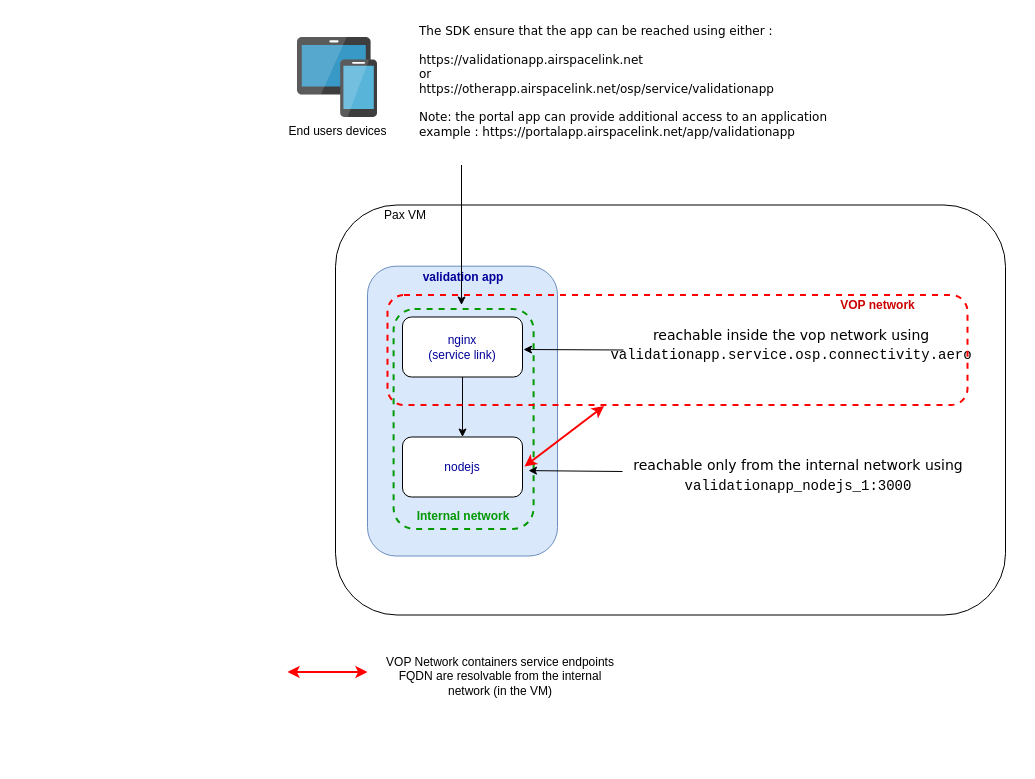
claytonbrown/aws-drawing keeps this draw.io diagram as SDK-Networking.drawio. Above is the earlier version. Source tidied: cells renumbered, new cells numbered last; positions are measured from the earlier drawing's top-left corner, leaving out a move shared by most shapes. Both pictures are drawn from the tidied source at 100%, with x=0, y=0 at pixel (287, 17).
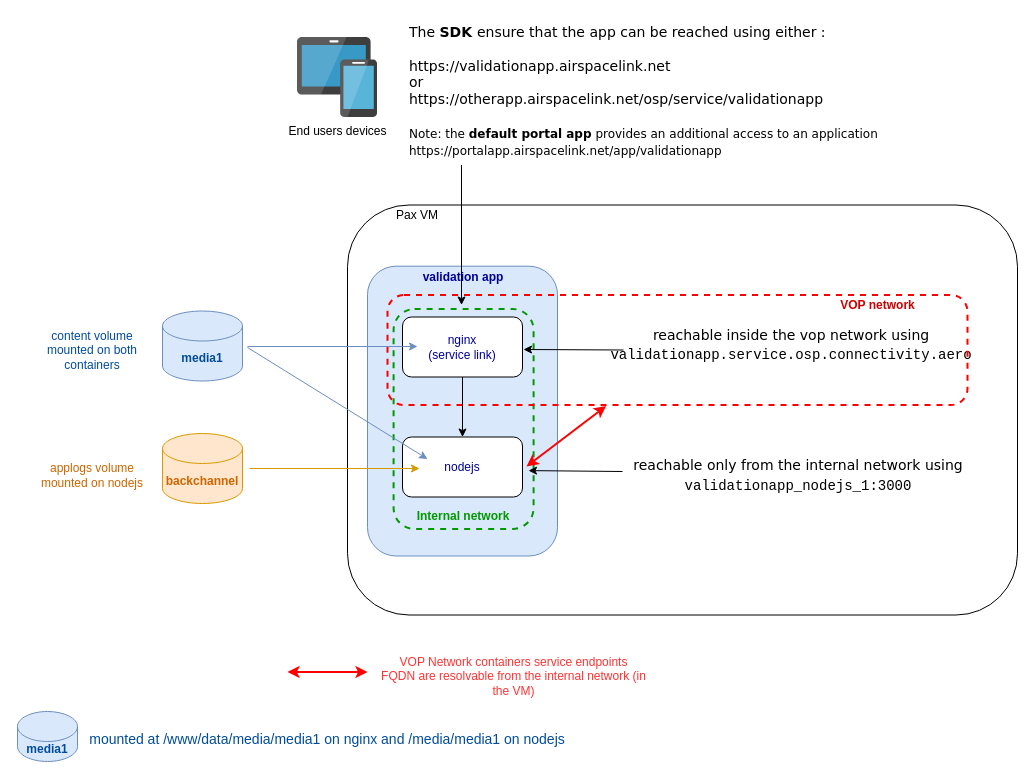
The same diagram, later.

What changed in the source:
```diff
@@
     <mxCell id="2" style="group;" parent="1" vertex="1">
-      <mxGeometry x="48" y="187.5" width="670" height="410" as="geometry" />
+      <mxGeometry x="60" y="187.5" width="670" height="410" as="geometry" />
     </mxCell>
@@
-    <mxCell id="23" value="&lt;font face=&quot;Verdana&quot;&gt;&lt;font color=&quot;#000000&quot;&gt;The SDK ensure that the app can be reached using either :&lt;br&gt;&lt;br&gt;https://validationapp.airspacelink.net&lt;br&gt;or&lt;/font&gt;&lt;span style=&quot;color: rgb(0 , 0 , 0)&quot;&gt;&lt;br&gt;https://otherapp.airspacelink.net/osp/service/validationapp&lt;br&gt;&lt;/span&gt;&lt;/font&gt;&lt;font color=&quot;#000000&quot;&gt;&lt;font face=&quot;Verdana&quot;&gt;&lt;br&gt;Note: the portal app can provide additional&amp;nbsp;access to an application&lt;br&gt;example : https://portalapp.airspacelink.net/app/validationapp&lt;/font&gt;&lt;br&gt;&lt;/font&gt;" style="text;html=1;strokeColor=none;fillColor=none;align=left;verticalAlign=top;whiteSpace=wrap;rounded=0;dashed=1;fontColor=#009900;" parent="1" vertex="1">
-      <mxGeometry x="130" width="470" height="85" as="geometry" />
+    <mxCell id="23" value="&lt;font face=&quot;Verdana&quot; style=&quot;font-size: 14px&quot;&gt;&lt;font color=&quot;#000000&quot; style=&quot;font-size: 14px&quot;&gt;The &lt;b&gt;SDK &lt;/b&gt;ensure that the app can be reached using either :&lt;br style=&quot;font-size: 14px&quot;&gt;&lt;br style=&quot;font-size: 14px&quot;&gt;https://validationapp.airspacelink.net&lt;br style=&quot;font-size: 14px&quot;&gt;or&lt;/font&gt;&lt;span style=&quot;color: rgb(0 , 0 , 0) ; font-size: 14px&quot;&gt;&lt;br style=&quot;font-size: 14px&quot;&gt;https://otherapp.airspacelink.net/osp/service/validationapp&lt;br style=&quot;font-size: 14px&quot;&gt;&lt;/span&gt;&lt;/font&gt;&lt;font color=&quot;#000000&quot; style=&quot;font-size: 12px&quot;&gt;&lt;font face=&quot;Verdana&quot; style=&quot;font-size: 12px&quot;&gt;&lt;br style=&quot;font-size: 14px&quot;&gt;Note: the &lt;b&gt;default&amp;nbsp;portal app&lt;/b&gt;&amp;nbsp;provides an additional&amp;nbsp;access to an application&lt;br&gt;https://portalapp.airspacelink.net/app/validationapp&lt;/font&gt;&lt;br style=&quot;font-size: 14px&quot;&gt;&lt;/font&gt;" style="text;html=1;strokeColor=none;fillColor=none;align=left;verticalAlign=top;whiteSpace=wrap;rounded=0;dashed=1;fontColor=#009900;fontSize=14;" parent="1" vertex="1">
+      <mxGeometry x="120" width="500" height="85" as="geometry" />
     </mxCell>
@@
-    <mxCell id="26" value="VOP Network containers service endpoints FQDN are resolvable from the internal network (in the VM)" style="text;html=1;strokeColor=none;fillColor=none;align=center;verticalAlign=middle;whiteSpace=wrap;rounded=0;" parent="1" vertex="1">
-      <mxGeometry x="93" y="624" width="240" height="70" as="geometry" />
+    <mxCell id="26" value="VOP Network containers service endpoints FQDN are resolvable from the internal network (in the VM)" style="text;html=1;strokeColor=none;fillColor=none;align=center;verticalAlign=middle;whiteSpace=wrap;rounded=0;fontColor=#FF3333;" parent="1" vertex="1">
+      <mxGeometry x="93" y="624" width="267" height="70" as="geometry" />
     </mxCell>
     <mxCell id="27" style="endArrow=classic;startArrow=classic;html=1;strokeColor=#FF0000;strokeWidth=2;" parent="1" edge="1">
       <mxGeometry relative="1" as="geometry">
-        <mxPoint x="237" y="449" as="sourcePoint" />
-        <mxPoint x="316.6" y="388.5" as="targetPoint" />
+        <mxPoint x="239" y="449" as="sourcePoint" />
+        <mxPoint x="318.6" y="388.5" as="targetPoint" />
       </mxGeometry>
     </mxCell>
@@
+    <mxCell id="29" value="media1" style="shape=cylinder3;whiteSpace=wrap;html=1;boundedLbl=1;backgroundOutline=1;size=15;fillColor=#dae8fc;strokeColor=#6c8ebf;fontColor=#004C99;fontStyle=1;" parent="1" vertex="1">
+      <mxGeometry x="-125" y="293.5" width="80" height="70" as="geometry" />
+    </mxCell>
+    <mxCell id="30" value="backchannel" style="shape=cylinder3;whiteSpace=wrap;html=1;boundedLbl=1;backgroundOutline=1;size=15;fillColor=#ffe6cc;strokeColor=#d79b00;fontColor=#CC6600;fontStyle=1;" parent="1" vertex="1">
+      <mxGeometry x="-125" y="416" width="80" height="70" as="geometry" />
+    </mxCell>
+    <mxCell id="31" style="endArrow=classic;html=1;fontColor=#004C99;fillColor=#dae8fc;strokeColor=#6c8ebf;" parent="1" edge="1">
+      <mxGeometry relative="1" as="geometry">
+        <mxPoint x="-40" y="329" as="sourcePoint" />
+        <mxPoint x="130" y="329" as="targetPoint" />
+      </mxGeometry>
+    </mxCell>
+    <mxCell id="32" style="endArrow=classic;html=1;fontColor=#004C99;fillColor=#dae8fc;strokeColor=#6c8ebf;" parent="1" edge="1">
+      <mxGeometry relative="1" as="geometry">
+        <mxPoint x="-40" y="330" as="sourcePoint" />
+        <mxPoint x="140" y="441.5" as="targetPoint" />
+      </mxGeometry>
+    </mxCell>
+    <mxCell id="33" style="endArrow=classic;html=1;fontColor=#004C99;fillColor=#ffe6cc;strokeColor=#d79b00;" parent="1" edge="1">
+      <mxGeometry relative="1" as="geometry">
+        <mxPoint x="-38" y="451" as="sourcePoint" />
+        <mxPoint x="132" y="451" as="targetPoint" />
+      </mxGeometry>
+    </mxCell>
+    <mxCell id="34" value="content volume mounted on both containers" style="text;html=1;strokeColor=none;fillColor=none;align=center;verticalAlign=middle;whiteSpace=wrap;rounded=0;fontColor=#004C99;" parent="1" vertex="1">
+      <mxGeometry x="-250" y="322.5" width="110" height="20" as="geometry" />
+    </mxCell>
+    <mxCell id="35" value="applogs volume mounted on nodejs" style="text;html=1;strokeColor=none;fillColor=none;align=center;verticalAlign=middle;whiteSpace=wrap;rounded=0;fontColor=#CC6600;" parent="1" vertex="1">
+      <mxGeometry x="-250" y="448" width="110" height="20" as="geometry" />
+    </mxCell>
+    <mxCell id="36" style="group;" parent="1" vertex="1">
+      <mxGeometry x="-270" y="694" width="550" height="50" as="geometry" />
+    </mxCell>
+    <mxCell id="37" value="media1" style="shape=cylinder3;whiteSpace=wrap;html=1;boundedLbl=1;backgroundOutline=1;size=15;fillColor=#dae8fc;strokeColor=#6c8ebf;fontColor=#004C99;fontStyle=1;" parent="36" vertex="1">
+      <mxGeometry width="60" height="50" as="geometry" />
+    </mxCell>
+    <mxCell id="38" value="&lt;font color=&quot;#004c99&quot;&gt;mounted at /www/data/media/media1 on nginx and /media/media1 on nodejs&lt;/font&gt;" style="text;html=1;strokeColor=none;fillColor=none;align=center;verticalAlign=middle;whiteSpace=wrap;rounded=0;fontSize=14;fontColor=#CC6600;" parent="36" vertex="1">
+      <mxGeometry x="70" y="18" width="480" height="20" as="geometry" />
+    </mxCell>
```
